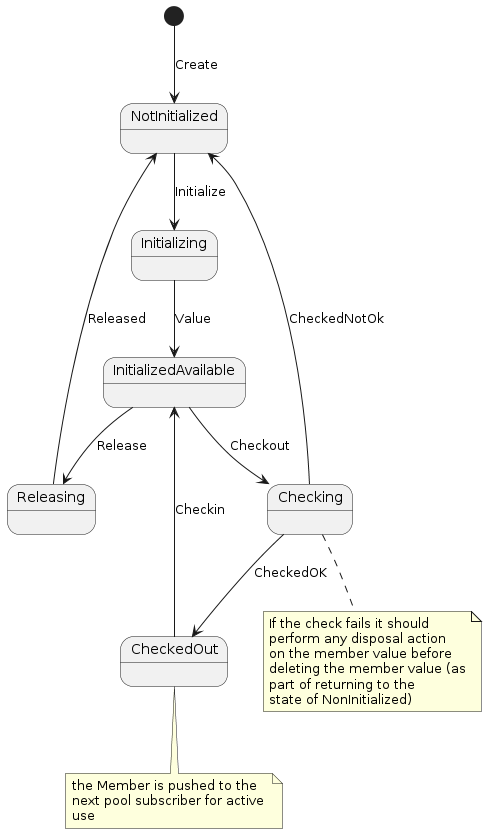
Earlier version of the PlantUML export src/docs/Member-state-diagram.png (davidmoten/rxjava3-pool).
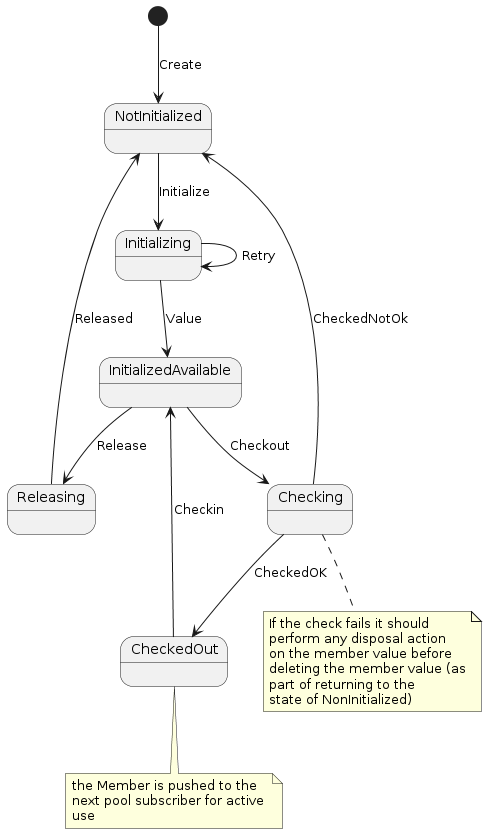
After the commit.

The edit, as a diff of the source:
```diff
@@ -3,6 +3,7 @@
 [*] --> NotInitialized: Create
 NotInitialized --> Initializing: Initialize
 Initializing --> InitializedAvailable: Value
+Initializing --> Initializing: Retry
 InitializedAvailable --> Checking: Checkout
 Checking --> NotInitialized: CheckedNotOk
 Checking --> CheckedOut: CheckedOK
```
